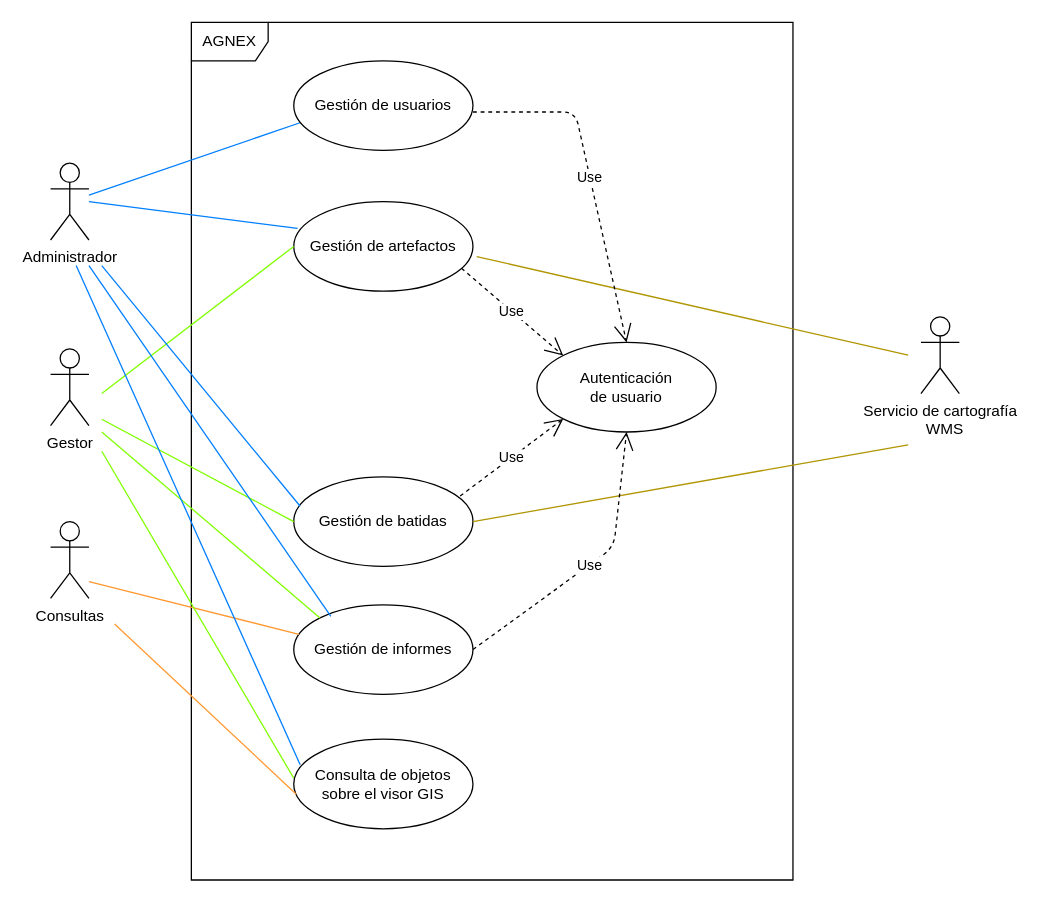
The draw.io diagram Docu elaborada/ModeloDeNegocio.drawio in pquella/buscaminas, before the edit. Source tidied: cells renumbered, new cells numbered last; positions are measured from the earlier drawing's top-left corner, leaving out a move shared by most shapes. Both pictures are drawn from the tidied source at 128%, with x=0, y=0 at pixel (50, 22).
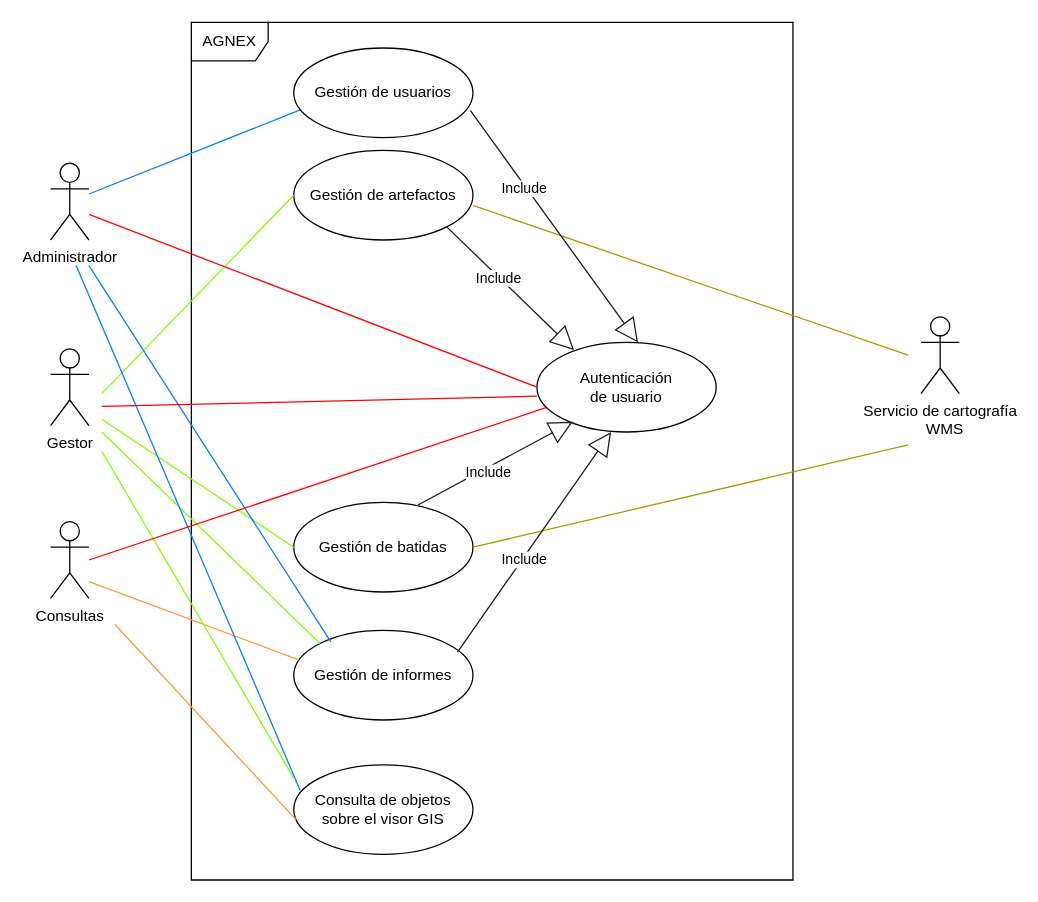
The same page after the edit.

Unchanged cells that the change refers to:
```xml
<mxCell id="21" value="&lt;div&gt;Autenticación&lt;/div&gt;&lt;div&gt; de usuario&lt;/div&gt;" style="ellipse;whiteSpace=wrap;html=1;shadow=0;" parent="1" vertex="1">
  <mxGeometry x="380" y="250" width="140" height="70" as="geometry" />
</mxCell>
```

What changed in the source:
```diff
@@
     <mxCell id="6" value="Gestión de usuarios" style="ellipse;whiteSpace=wrap;html=1;shadow=0;" parent="1" vertex="1">
-      <mxGeometry x="190" y="30" width="140" height="70" as="geometry" />
+      <mxGeometry x="190" y="20" width="140" height="70" as="geometry" />
     </mxCell>
     <mxCell id="7" value="Gestión de artefactos" style="ellipse;whiteSpace=wrap;html=1;shadow=0;" parent="1" vertex="1">
-      <mxGeometry x="190" y="140" width="140" height="70" as="geometry" />
+      <mxGeometry x="190" y="100" width="140" height="70" as="geometry" />
     </mxCell>
     <mxCell id="8" value="Gestión de batidas" style="ellipse;whiteSpace=wrap;html=1;shadow=0;" parent="1" vertex="1">
-      <mxGeometry x="190" y="355" width="140" height="70" as="geometry" />
+      <mxGeometry x="190" y="375" width="140" height="70" as="geometry" />
     </mxCell>
     <mxCell id="9" value="Gestión de informes" style="ellipse;whiteSpace=wrap;html=1;shadow=0;" parent="1" vertex="1">
-      <mxGeometry x="190" y="455" width="140" height="70" as="geometry" />
+      <mxGeometry x="190" y="475" width="140" height="70" as="geometry" />
     </mxCell>
@@
-    <mxCell id="13" style="rounded=0;jettySize=auto;html=1;endArrow=none;endFill=0;strokeColor=#007FFF;entryX=0.021;entryY=0.3;entryDx=0;entryDy=0;entryPerimeter=0;" parent="1" edge="1" target="7">
-      <mxGeometry relative="1" as="geometry">
-        <mxPoint x="30" y="140" as="sourcePoint" />
-      </mxGeometry>
-    </mxCell>
@@
-    <mxCell id="17" style="rounded=0;jettySize=auto;html=1;endArrow=none;endFill=0;strokeColor=#B09500;entryX=1.021;entryY=0.614;entryDx=0;entryDy=0;entryPerimeter=0;fillColor=#e3c800;" parent="1" edge="1" target="7">
+    <mxCell id="17" style="rounded=0;orthogonalLoop=1;jettySize=auto;html=1;endArrow=none;endFill=0;strokeColor=#B09500;fillColor=#e3c800;" parent="1" edge="1">
       <mxGeometry relative="1" as="geometry">
         <mxPoint x="670" y="260" as="sourcePoint" />
+        <mxPoint x="330" y="143" as="targetPoint" />
       </mxGeometry>
     </mxCell>
@@
-    <mxCell id="19" style="rounded=0;jettySize=auto;html=1;endArrow=none;endFill=0;strokeColor=#007FFF;entryX=0.036;entryY=0.329;entryDx=0;entryDy=0;entryPerimeter=0;" parent="1" edge="1" target="8">
-      <mxGeometry relative="1" as="geometry">
-        <mxPoint x="40" y="190" as="sourcePoint" />
-      </mxGeometry>
-    </mxCell>
@@
-    <mxCell id="22" value="Use" style="endArrow=open;endSize=12;dashed=1;html=1;entryX=0.5;entryY=0;entryDx=0;entryDy=0;" parent="1" edge="1" target="21">
-      <mxGeometry relative="1" as="geometry">
-        <mxPoint x="330" y="70" as="sourcePoint" />
-        <Array as="points">
-          <mxPoint x="410" y="70" />
-        </Array>
-      </mxGeometry>
-    </mxCell>
-    <mxCell id="23" value="Use" style="endArrow=open;endSize=12;dashed=1;html=1;entryX=0;entryY=0;entryDx=0;entryDy=0;exitX=0.936;exitY=0.743;exitDx=0;exitDy=0;exitPerimeter=0;" parent="1" edge="1" source="7" target="21">
-      <mxGeometry relative="1" as="geometry" />
-    </mxCell>
-    <mxCell id="24" value="Use" style="endArrow=open;endSize=12;dashed=1;html=1;entryX=0;entryY=1;entryDx=0;entryDy=0;" parent="1" edge="1" target="21">
-      <mxGeometry relative="1" as="geometry">
-        <mxPoint x="320" y="370" as="sourcePoint" />
-      </mxGeometry>
-    </mxCell>
-    <mxCell id="25" value="Use" style="endArrow=open;endSize=12;dashed=1;html=1;entryX=0.5;entryY=1;entryDx=0;entryDy=0;" parent="1" edge="1" target="21">
-      <mxGeometry relative="1" as="geometry">
-        <mxPoint x="330" y="490" as="sourcePoint" />
-        <Array as="points">
-          <mxPoint x="440" y="410" />
-        </Array>
-      </mxGeometry>
-    </mxCell>
     <mxCell id="26" value="&lt;div&gt;Consulta de objetos&lt;/div&gt;&lt;div&gt;sobre el visor GIS&lt;br&gt;&lt;/div&gt;" style="ellipse;whiteSpace=wrap;html=1;shadow=0;" parent="1" vertex="1">
-      <mxGeometry x="190" y="560" width="140" height="70" as="geometry" />
+      <mxGeometry x="190" y="580" width="140" height="70" as="geometry" />
     </mxCell>
@@
+    <mxCell id="30" style="rounded=0;jettySize=auto;html=1;endArrow=none;endFill=0;strokeColor=#FF0000;entryX=0;entryY=0.5;entryDx=0;entryDy=0;shadow=0;" parent="1" edge="1" target="21">
+      <mxGeometry relative="1" as="geometry">
+        <mxPoint x="30" y="150" as="sourcePoint" />
+      </mxGeometry>
+    </mxCell>
+    <mxCell id="31" style="rounded=0;orthogonalLoop=1;jettySize=auto;html=1;endArrow=none;endFill=0;strokeColor=#FF0000;shadow=0;" parent="1" edge="1">
+      <mxGeometry relative="1" as="geometry">
+        <mxPoint x="40" y="300" as="sourcePoint" />
+        <mxPoint x="380" y="292" as="targetPoint" />
+      </mxGeometry>
+    </mxCell>
+    <mxCell id="32" style="rounded=0;jettySize=auto;html=1;endArrow=none;endFill=0;strokeColor=#FF0000;shadow=0;entryX=0.05;entryY=0.729;entryDx=0;entryDy=0;entryPerimeter=0;" parent="1" edge="1" target="21">
+      <mxGeometry relative="1" as="geometry">
+        <mxPoint x="30" y="420" as="sourcePoint" />
+      </mxGeometry>
+    </mxCell>
+    <mxCell id="33" value="Include" style="endArrow=block;endSize=16;endFill=0;html=1;strokeColor=#1A1A1A;entryX=0.2;entryY=0.886;entryDx=0;entryDy=0;entryPerimeter=0;exitX=0.693;exitY=0.029;exitDx=0;exitDy=0;exitPerimeter=0;" parent="1" edge="1" source="8" target="21">
+      <mxGeometry x="0.06" y="-14" relative="1" as="geometry">
+        <mxPoint x="-16" y="-3" as="offset" />
+      </mxGeometry>
+    </mxCell>
+    <mxCell id="34" value="Include" style="endArrow=block;endSize=16;endFill=0;html=1;strokeColor=#1A1A1A;entryX=0.414;entryY=1;entryDx=0;entryDy=0;entryPerimeter=0;exitX=0.914;exitY=0.243;exitDx=0;exitDy=0;exitPerimeter=0;" parent="1" edge="1" source="9" target="21">
+      <mxGeometry x="-0.15" y="-1" relative="1" as="geometry" />
+    </mxCell>
+    <mxCell id="35" value="Include" style="endArrow=block;endSize=16;endFill=0;html=1;strokeColor=#1A1A1A;entryX=0.564;entryY=0;entryDx=0;entryDy=0;entryPerimeter=0;exitX=0.986;exitY=0.7;exitDx=0;exitDy=0;exitPerimeter=0;" parent="1" edge="1" source="6" target="21">
+      <mxGeometry x="-0.34" y="-2" relative="1" as="geometry" />
+    </mxCell>
+    <mxCell id="23" value="Include" style="endArrow=block;endSize=16;endFill=0;html=1;strokeColor=#1A1A1A;entryX=0.207;entryY=0.086;entryDx=0;entryDy=0;entryPerimeter=0;exitX=1;exitY=1;exitDx=0;exitDy=0;" parent="1" edge="1" source="7" target="21">
+      <mxGeometry x="-0.17" relative="1" as="geometry">
+        <mxPoint y="1" as="offset" />
+      </mxGeometry>
+    </mxCell>
```
